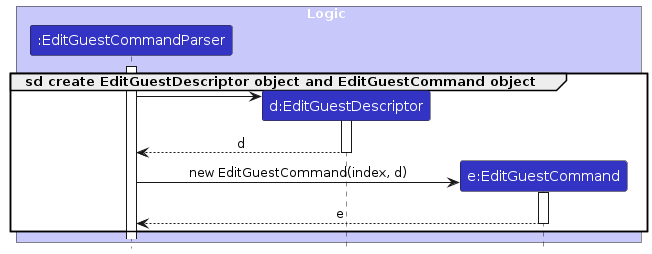
Before: diagrams/EditGuestSequenceDiagramP2.png, a diagram exported from PlantUML (AY2425S1-CS2103T-F09-3/tp). Its source is kept beside it as diagrams/EditGuestSequenceDiagramP2.puml. The source it was exported from:
```plantuml
@startuml
!include style.puml
skinparam ArrowFontStyle plain

box Logic LOGIC_COLOR_T1
participant ":EditGuestCommandParser" as EditGuestCommandParser LOGIC_COLOR
participant "d:EditGuestDescriptor" as EditGuestDescriptor LOGIC_COLOR
participant "e:EditGuestCommand" as EditGuestCommand LOGIC_COLOR
end box

group sd create EditGuestDescriptor object and EditGuestCommand object
    activate EditGuestCommandParser
    create EditGuestDescriptor
    EditGuestCommandParser -> EditGuestDescriptor
    activate EditGuestDescriptor

    EditGuestDescriptor --> EditGuestCommandParser : d
    deactivate EditGuestDescriptor

    create EditGuestCommand
    EditGuestCommandParser -> EditGuestCommand : new EditGuestCommand(index, d)
    activate EditGuestCommand

    EditGuestCommand --> EditGuestCommandParser : e
    deactivate EditGuestCommand
end

@enduml
```
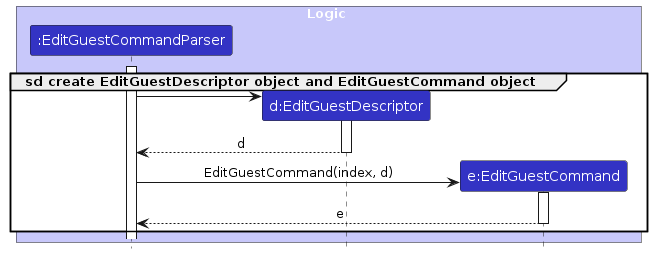
After the change.

What changed in the source:
```diff
@@ -18,7 +18,7 @@
     deactivate EditGuestDescriptor
 
     create EditGuestCommand
-    EditGuestCommandParser -> EditGuestCommand : new EditGuestCommand(index, d)
+    EditGuestCommandParser -> EditGuestCommand : EditGuestCommand(index, d)
     activate EditGuestCommand
 
     EditGuestCommand --> EditGuestCommandParser : e
```
